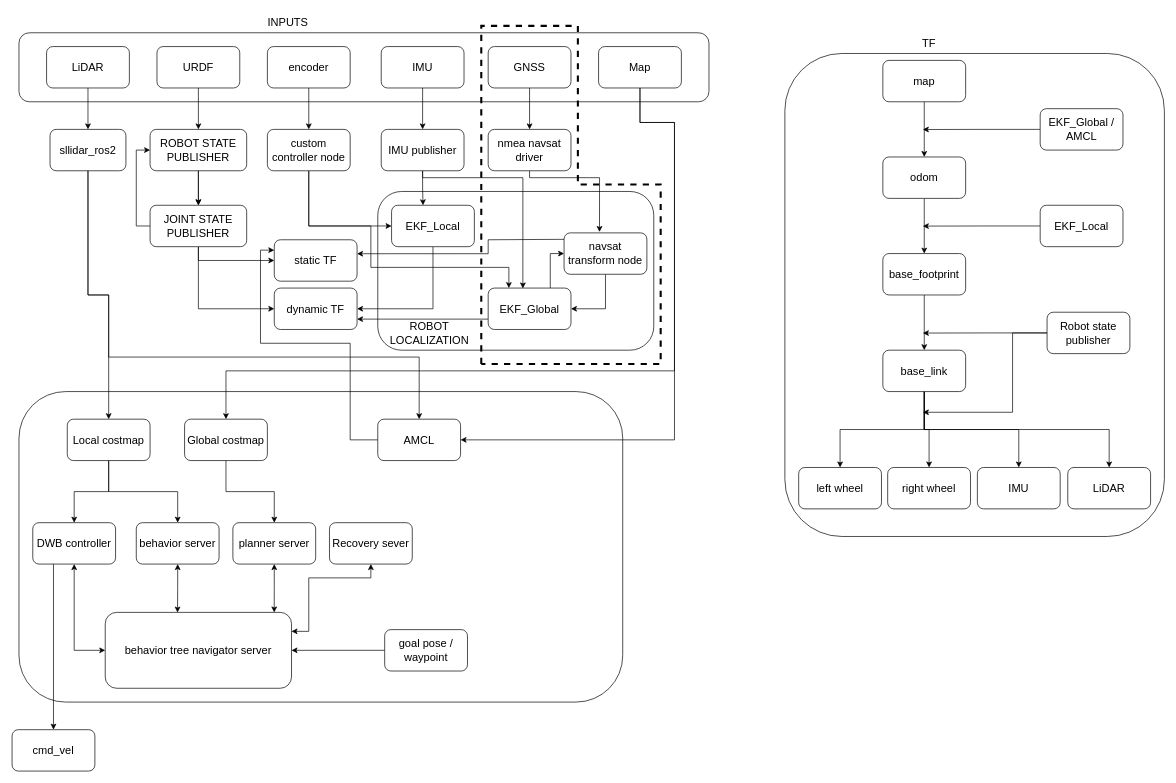
This is navigation.drawio from adands/eddiebot_ros2-backup, a draw.io file, before an edit. Source tidied: cells renumbered, new cells numbered last; positions are measured from the earlier drawing's top-left corner, leaving out a move shared by most shapes. Both pictures are drawn from the tidied source at 69%, with x=0, y=0 at pixel (12, 12).
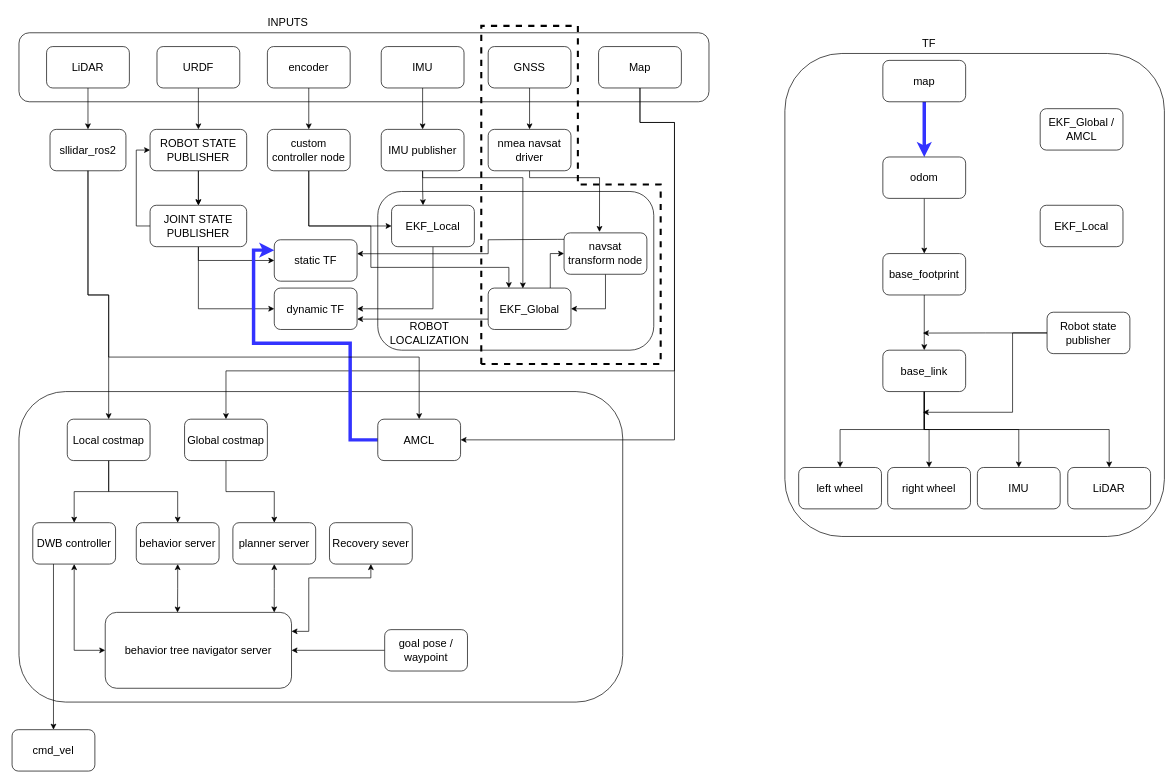
After the change.

Unchanged cells that the change refers to:
```xml
<mxCell id="45" value="map" style="rounded=1;whiteSpace=wrap;html=1;fontSize=16;" parent="1" vertex="1">
  <mxGeometry x="1262" y="70" width="120" height="60" as="geometry" />
</mxCell>
<mxCell id="47" value="odom" style="whiteSpace=wrap;html=1;rounded=1;fontSize=16;" parent="1" vertex="1">
  <mxGeometry x="1262" y="210" width="120" height="60" as="geometry" />
</mxCell>
<mxCell id="60" value="static TF" style="rounded=1;whiteSpace=wrap;html=1;fontSize=16;" parent="1" vertex="1">
  <mxGeometry x="380" y="330" width="120" height="60" as="geometry" />
</mxCell>
<mxCell id="84" value="AMCL" style="rounded=1;whiteSpace=wrap;html=1;fontSize=16;" parent="1" vertex="1">
  <mxGeometry x="530" y="590" width="120" height="60" as="geometry" />
</mxCell>
<mxCell id="88" value="EKF_Global /&lt;div&gt;AMCL&lt;/div&gt;" style="rounded=1;whiteSpace=wrap;html=1;fontSize=16;" parent="1" vertex="1">
  <mxGeometry x="1490" y="140" width="120" height="60" as="geometry" />
</mxCell>
<mxCell id="90" value="EKF_Local" style="rounded=1;whiteSpace=wrap;html=1;fontSize=16;" parent="1" vertex="1">
  <mxGeometry x="1490" y="280" width="120" height="60" as="geometry" />
</mxCell>
```

What changed in the source:
```diff
@@
-    <mxCell id="44" style="edgeStyle=orthogonalEdgeStyle;rounded=0;jettySize=auto;html=1;fontSize=16;" parent="1" edge="1" source="45" target="47">
+    <mxCell id="44" style="edgeStyle=orthogonalEdgeStyle;rounded=0;jettySize=auto;html=1;fontSize=16;fillColor=#f8cecc;strokeColor=#3333FF;strokeWidth=5;" parent="1" edge="1" source="45" target="47">
       <mxGeometry relative="1" as="geometry" />
     </mxCell>
@@
-    <mxCell id="83" style="edgeStyle=orthogonalEdgeStyle;rounded=0;jettySize=auto;html=1;exitX=0;exitY=0.5;exitDx=0;exitDy=0;entryX=0;entryY=0.25;entryDx=0;entryDy=0;" parent="1" edge="1" source="84" target="60">
+    <mxCell id="83" style="edgeStyle=orthogonalEdgeStyle;rounded=0;jettySize=auto;html=1;exitX=0;exitY=0.5;exitDx=0;exitDy=0;entryX=0;entryY=0.25;entryDx=0;entryDy=0;strokeColor=light-dark(#3333ff, #ededed);strokeWidth=5;" parent="1" edge="1" source="84" target="60">
       <mxGeometry relative="1" as="geometry">
         <Array as="points">
           <mxPoint x="490" y="620" />
           <mxPoint x="490" y="480" />
-          <mxPoint x="360" y="480" />
-          <mxPoint x="360" y="345" />
+          <mxPoint x="350" y="480" />
+          <mxPoint x="350" y="345" />
         </Array>
       </mxGeometry>
     </mxCell>
@@
-    <mxCell id="87" style="edgeStyle=orthogonalEdgeStyle;rounded=0;jettySize=auto;html=1;exitX=0;exitY=0.5;exitDx=0;exitDy=0;" parent="1" edge="1" source="88">
-      <mxGeometry relative="1" as="geometry">
-        <mxPoint x="1320" y="170.2" as="targetPoint" />
-      </mxGeometry>
-    </mxCell>
@@
-    <mxCell id="89" style="edgeStyle=orthogonalEdgeStyle;rounded=0;jettySize=auto;html=1;exitX=0;exitY=0.5;exitDx=0;exitDy=0;" parent="1" edge="1" source="90">
-      <mxGeometry relative="1" as="geometry">
-        <mxPoint x="1320" y="310.2" as="targetPoint" />
-      </mxGeometry>
-    </mxCell>
```
